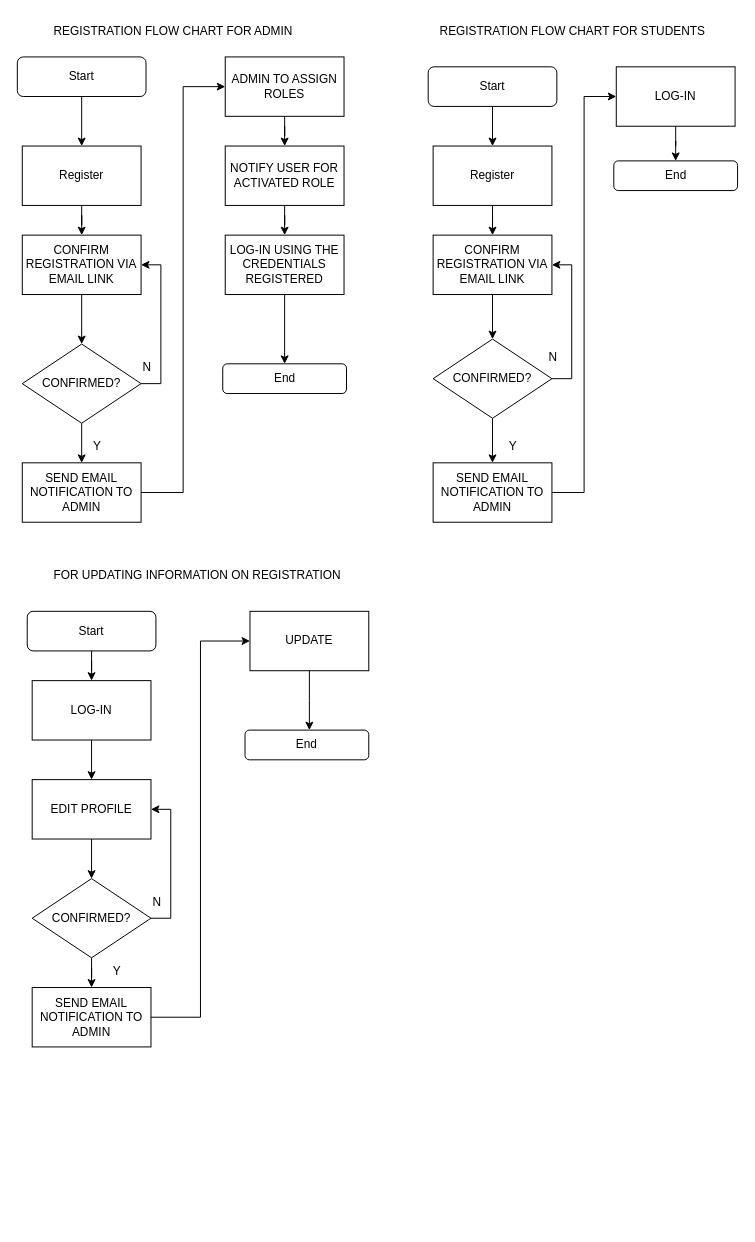
This is Untitled Diagram.drawio from RhaRom/hello-World, a draw.io file, before an edit. Source tidied: cells renumbered, new cells numbered last; positions are measured from the earlier drawing's top-left corner, leaving out a move shared by most shapes. Both pictures are drawn from the tidied source at 99%, with x=0, y=0 at pixel (17, 17).
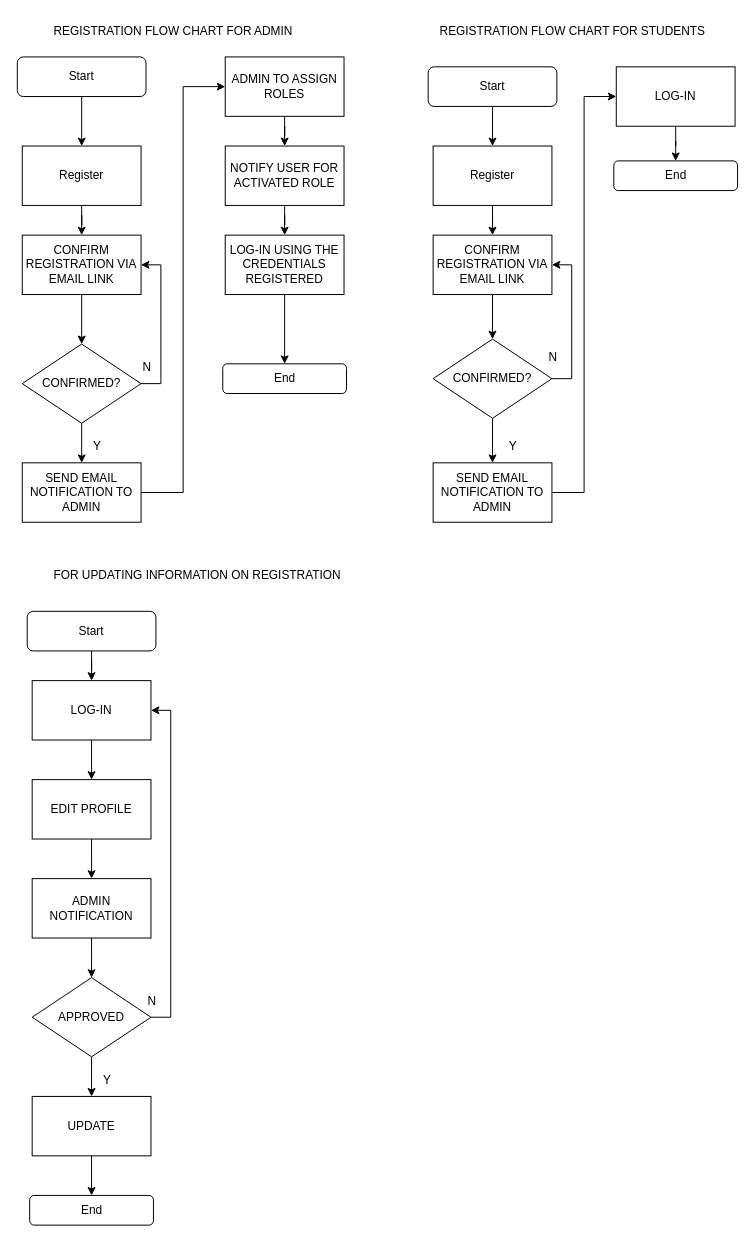
After the change.

The change refers to these unchanged cells:
```xml
<mxCell id="45" value="LOG-IN" style="rounded=0;whiteSpace=wrap;html=1;" parent="1" vertex="1">
  <mxGeometry x="15" y="670" width="120" height="60" as="geometry" />
</mxCell>
<mxCell id="47" value="EDIT PROFILE" style="rounded=0;whiteSpace=wrap;html=1;" parent="1" vertex="1">
  <mxGeometry x="15" y="770" width="120" height="60" as="geometry" />
</mxCell>
```

Diff of the diagram source:
```diff
@@
-    <mxCell id="46" style="edgeStyle=orthogonalEdgeStyle;rounded=0;jettySize=auto;html=1;" parent="1" edge="1" source="47" target="50">
-      <mxGeometry relative="1" as="geometry" />
+    <mxCell id="46" style="edgeStyle=orthogonalEdgeStyle;rounded=0;jettySize=auto;html=1;" parent="1" edge="1" source="47">
+      <mxGeometry relative="1" as="geometry">
+        <mxPoint x="75" y="870" as="targetPoint" />
+      </mxGeometry>
     </mxCell>
@@
-    <mxCell id="48" style="edgeStyle=orthogonalEdgeStyle;rounded=0;jettySize=auto;html=1;" parent="1" edge="1" source="50" target="52">
-      <mxGeometry relative="1" as="geometry" />
-    </mxCell>
-    <mxCell id="49" style="edgeStyle=elbowEdgeStyle;rounded=0;jettySize=auto;html=1;entryX=1;entryY=0.5;entryDx=0;entryDy=0;" parent="1" edge="1" source="50" target="47">
-      <mxGeometry relative="1" as="geometry">
-        <Array as="points">
-          <mxPoint x="155" y="850" />
-        </Array>
-      </mxGeometry>
-    </mxCell>
-    <mxCell id="50" value="CONFIRMED?" style="rhombus;whiteSpace=wrap;html=1;" parent="1" vertex="1">
-      <mxGeometry x="15" y="870" width="120" height="80" as="geometry" />
-    </mxCell>
-    <mxCell id="51" style="edgeStyle=elbowEdgeStyle;rounded=0;jettySize=auto;html=1;" parent="1" edge="1" source="52" target="54">
-      <mxGeometry relative="1" as="geometry" />
-    </mxCell>
-    <mxCell id="52" value="SEND EMAIL NOTIFICATION TO ADMIN" style="rounded=0;whiteSpace=wrap;html=1;" parent="1" vertex="1">
-      <mxGeometry x="15" y="980" width="120" height="60" as="geometry" />
-    </mxCell>
-    <mxCell id="53" style="edgeStyle=elbowEdgeStyle;rounded=0;jettySize=auto;html=1;" parent="1" edge="1" source="54" target="55">
+    <mxCell id="53" style="edgeStyle=orthogonalEdgeStyle;rounded=0;jettySize=auto;html=1;" parent="1" edge="1" source="54" target="55">
       <mxGeometry relative="1" as="geometry" />
     </mxCell>
     <mxCell id="54" value="UPDATE" style="rounded=0;whiteSpace=wrap;html=1;" parent="1" vertex="1">
-      <mxGeometry x="235" y="600" width="120" height="60" as="geometry" />
+      <mxGeometry x="15" y="1090" width="120" height="60" as="geometry" />
     </mxCell>
     <mxCell id="55" value="End" style="rounded=1;whiteSpace=wrap;html=1;" parent="1" vertex="1">
-      <mxGeometry x="230" y="720" width="125" height="30" as="geometry" />
+      <mxGeometry x="12.5" y="1190" width="125" height="30" as="geometry" />
     </mxCell>
+    <mxCell id="58" style="edgeStyle=elbowEdgeStyle;rounded=0;jettySize=auto;html=1;" parent="1" edge="1" source="59" target="62">
+      <mxGeometry relative="1" as="geometry" />
+    </mxCell>
+    <mxCell id="59" value="ADMIN NOTIFICATION" style="rounded=0;whiteSpace=wrap;html=1;" parent="1" vertex="1">
+      <mxGeometry x="15" y="870" width="120" height="60" as="geometry" />
+    </mxCell>
+    <mxCell id="60" style="edgeStyle=orthogonalEdgeStyle;rounded=0;jettySize=auto;html=1;" parent="1" edge="1" source="62" target="54">
+      <mxGeometry relative="1" as="geometry" />
+    </mxCell>
+    <mxCell id="61" style="edgeStyle=orthogonalEdgeStyle;rounded=0;jettySize=auto;html=1;entryX=1;entryY=0.5;entryDx=0;entryDy=0;" parent="1" edge="1" source="62" target="45">
+      <mxGeometry relative="1" as="geometry">
+        <Array as="points">
+          <mxPoint x="155" y="1010" />
+          <mxPoint x="155" y="700" />
+        </Array>
+      </mxGeometry>
+    </mxCell>
+    <mxCell id="62" value="APPROVED" style="rhombus;whiteSpace=wrap;html=1;" parent="1" vertex="1">
+      <mxGeometry x="15" y="970" width="120" height="80" as="geometry" />
+    </mxCell>
     <mxCell id="56" value="Y" style="text;whiteSpace=wrap;html=1;" parent="1" vertex="1">
-      <mxGeometry x="95" y="950" width="30" height="30" as="geometry" />
+      <mxGeometry x="85" y="1060" width="30" height="30" as="geometry" />
     </mxCell>
     <mxCell id="57" value="N" style="text;whiteSpace=wrap;html=1;" parent="1" vertex="1">
-      <mxGeometry x="135" y="880" width="30" height="30" as="geometry" />
+      <mxGeometry x="130" y="980" width="30" height="30" as="geometry" />
     </mxCell>
```
